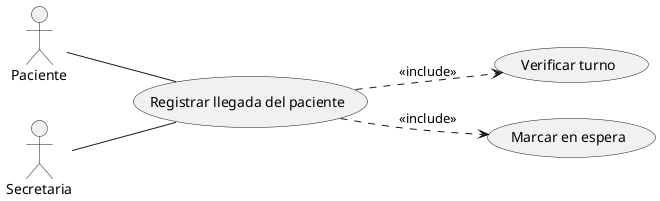
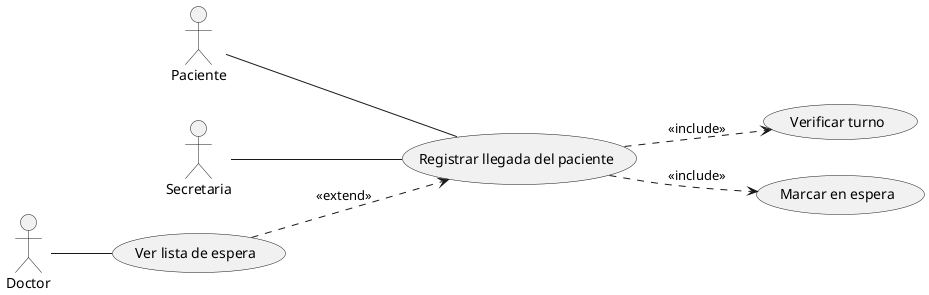
@startuml
left to right direction

actor Paciente
actor Secretaria
+ actor Doctor

usecase "Registrar llegada del paciente" as UC1
usecase "Verificar turno" as UC2
usecase "Marcar en espera" as UC3
+ usecase "Ver lista de espera" as UC4

Paciente -- UC1
Secretaria -- UC1
+ Doctor -- UC4

UC1 ..> UC2 : <<include>>
UC1 ..> UC3 : <<include>>
- 
+ UC4 ..> UC1 : <<extend>>
@enduml